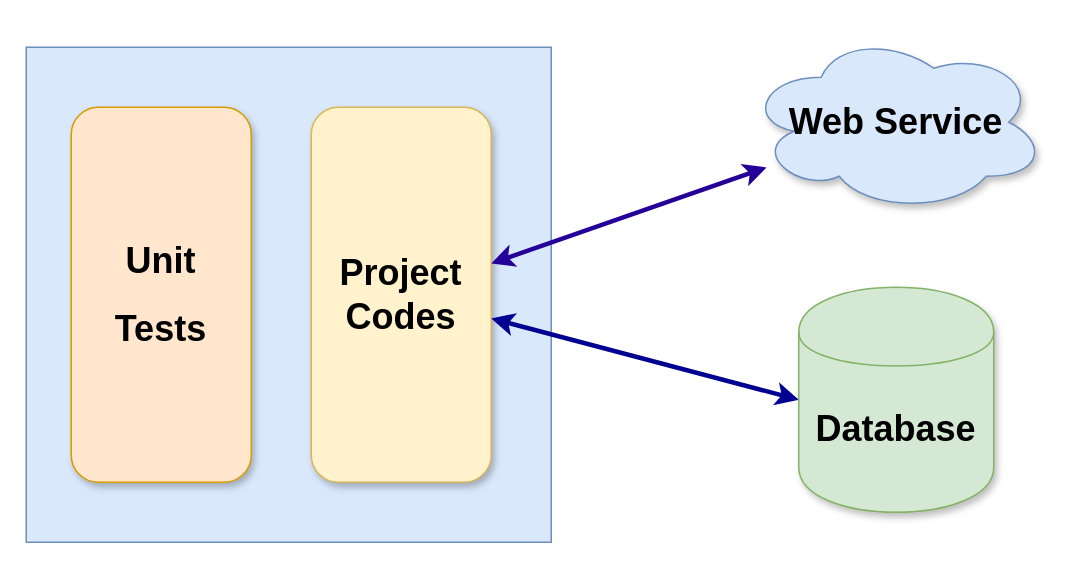
This is _src/mock_diagram.drawio from hoadh/JUnit-Tutorials, a draw.io file, before an edit. Source tidied: cells renumbered, new cells numbered last; positions are measured from the earlier drawing's top-left corner, leaving out a move shared by most shapes. Both pictures are drawn from the tidied source at 150%, with x=0, y=0 at pixel (26, 32).
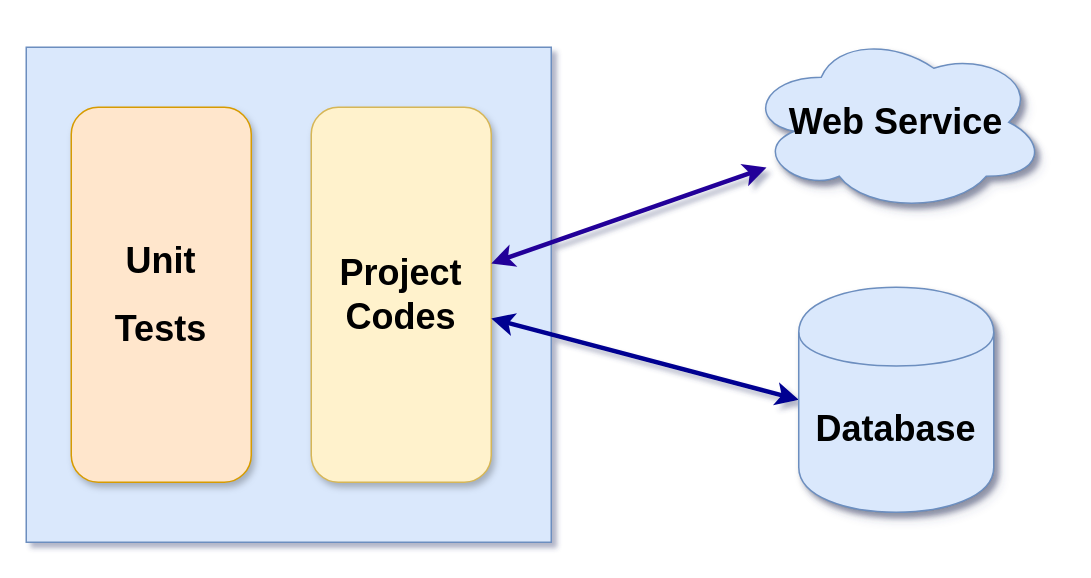
Above is the later version.

Commit message (it also covers changes not shown here):
Cập nhật hình minh hoạ mock

What changed in the source:
```diff
@@
-<mxGraphModel>
+<mxGraphModel shadow="1">
   <root>
     <mxCell id="0" />
     <mxCell id="1" parent="0" />
     <mxCell id="2" style="rounded=0;whiteSpace=wrap;html=1;fillColor=#dae8fc;strokeColor=#6c8ebf;" parent="1" vertex="1">
       <mxGeometry y="10" width="350" height="330" as="geometry" />
     </mxCell>
     <mxCell id="3" value="&lt;h1&gt;Unit&lt;/h1&gt;&lt;h1&gt;Tests&lt;/h1&gt;" style="rounded=1;whiteSpace=wrap;html=1;fillColor=#ffe6cc;strokeColor=#d79b00;shadow=1;comic=0;" parent="1" vertex="1">
       <mxGeometry x="30" y="50" width="120" height="250" as="geometry" />
     </mxCell>
     <mxCell id="4" value="&lt;h1&gt;Project&lt;br&gt;Codes&lt;/h1&gt;" style="rounded=1;whiteSpace=wrap;html=1;fillColor=#fff2cc;strokeColor=#d6b656;shadow=1;" parent="1" vertex="1">
       <mxGeometry x="190" y="50" width="120" height="250" as="geometry" />
     </mxCell>
     <mxCell id="5" style="edgeStyle=none;rounded=0;jettySize=auto;html=1;startArrow=classic;startFill=1;strokeColor=#000091;strokeWidth=3;exitX=0;exitY=0.5;exitDx=0;exitDy=0;" parent="1" edge="1" source="6" target="4">
       <mxGeometry relative="1" as="geometry" />
     </mxCell>
-    <mxCell id="6" value="&lt;h1&gt;Database&lt;/h1&gt;" style="shape=cylinder;whiteSpace=wrap;html=1;boundedLbl=1;backgroundOutline=1;shadow=1;comic=0;fillColor=#d5e8d4;strokeColor=#82b366;" parent="1" vertex="1">
+    <mxCell id="6" value="&lt;h1&gt;Database&lt;/h1&gt;" style="shape=cylinder;whiteSpace=wrap;html=1;boundedLbl=1;backgroundOutline=1;shadow=1;comic=0;fillColor=#dae8fc;strokeColor=#6c8ebf;" parent="1" vertex="1">
       <mxGeometry x="515" y="170" width="130" height="150" as="geometry" />
     </mxCell>
     <mxCell id="7" style="rounded=0;jettySize=auto;html=1;startArrow=classic;startFill=1;strokeWidth=3;strokeColor=#240099;" parent="1" edge="1" source="8" target="4">
       <mxGeometry relative="1" as="geometry" />
     </mxCell>
     <mxCell id="8" value="&lt;h1&gt;Web Service&lt;/h1&gt;" style="ellipse;shape=cloud;whiteSpace=wrap;html=1;shadow=1;comic=0;fillColor=#dae8fc;strokeColor=#6c8ebf;" parent="1" vertex="1">
       <mxGeometry x="480" width="200" height="120" as="geometry" />
     </mxCell>
   </root>
 </mxGraphModel>
```
